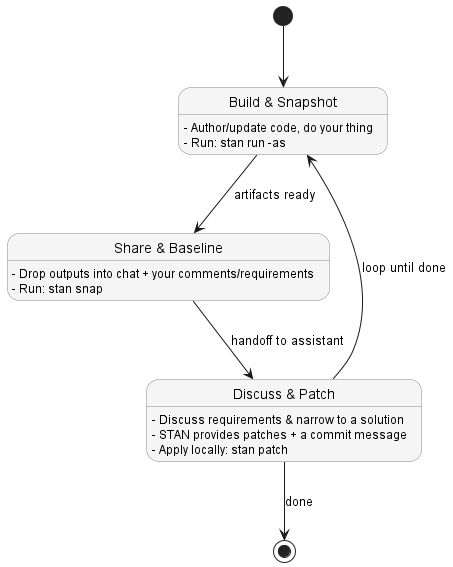
karmaniverous/stan keeps this PlantUML diagram as assets/stan-loop.png. Above is the earlier version. Its diagram source:
```plantuml
@startuml stan-loop
skinparam shadowing false
skinparam defaultFontName Monospace
skinparam state {
  BackgroundColor #f5f5f5
  BorderColor #888888
}


state "Build & Snapshot" as Build
Build: - Author/update code, do your thing
Build: - Run: stan run -as

state "Share & Baseline" as Share
Share: - Drop outputs into chat + your comments/requirements
Share: - Run: stan snap

state "Discuss & Patch" as Discuss
Discuss: - Discuss requirements & narrow to a solution
Discuss: - STAN provides patches + a commit message
Discuss: - Apply locally: stan patch

[*] --> Build
Build --> Share : artifacts ready
Share --> Discuss : handoff to assistant

Discuss --> Build : loop until done
Discuss --> [*] : done

@enduml
```
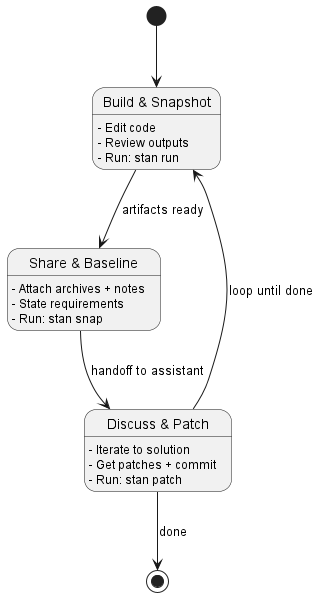
Above is the later version.

Diff of the diagram source:
```diff
@@ -1,30 +1,28 @@
 @startuml stan-loop
-skinparam shadowing false
+
 skinparam defaultFontName Monospace
-skinparam state {
-  BackgroundColor #f5f5f5
-  BorderColor #888888
-}
-
 
 state "Build & Snapshot" as Build
-Build: - Author/update code, do your thing
-Build: - Run: stan run -as
+Build: - Edit code
+Build: - Review outputs
+Build: - Run: stan run
 
 state "Share & Baseline" as Share
-Share: - Drop outputs into chat + your comments/requirements
+Share: - Attach archives + notes
+Share: - State requirements
 Share: - Run: stan snap
 
 state "Discuss & Patch" as Discuss
-Discuss: - Discuss requirements & narrow to a solution
-Discuss: - STAN provides patches + a commit message
-Discuss: - Apply locally: stan patch
+Discuss: - Iterate to solution
+Discuss: - Get patches + commit
+Discuss: - Run: stan patch
 
 [*] --> Build
+
 Build --> Share : artifacts ready
 Share --> Discuss : handoff to assistant
+Discuss --> Build : loop until done
 
-Discuss --> Build : loop until done
 Discuss --> [*] : done
 
 @enduml
```
